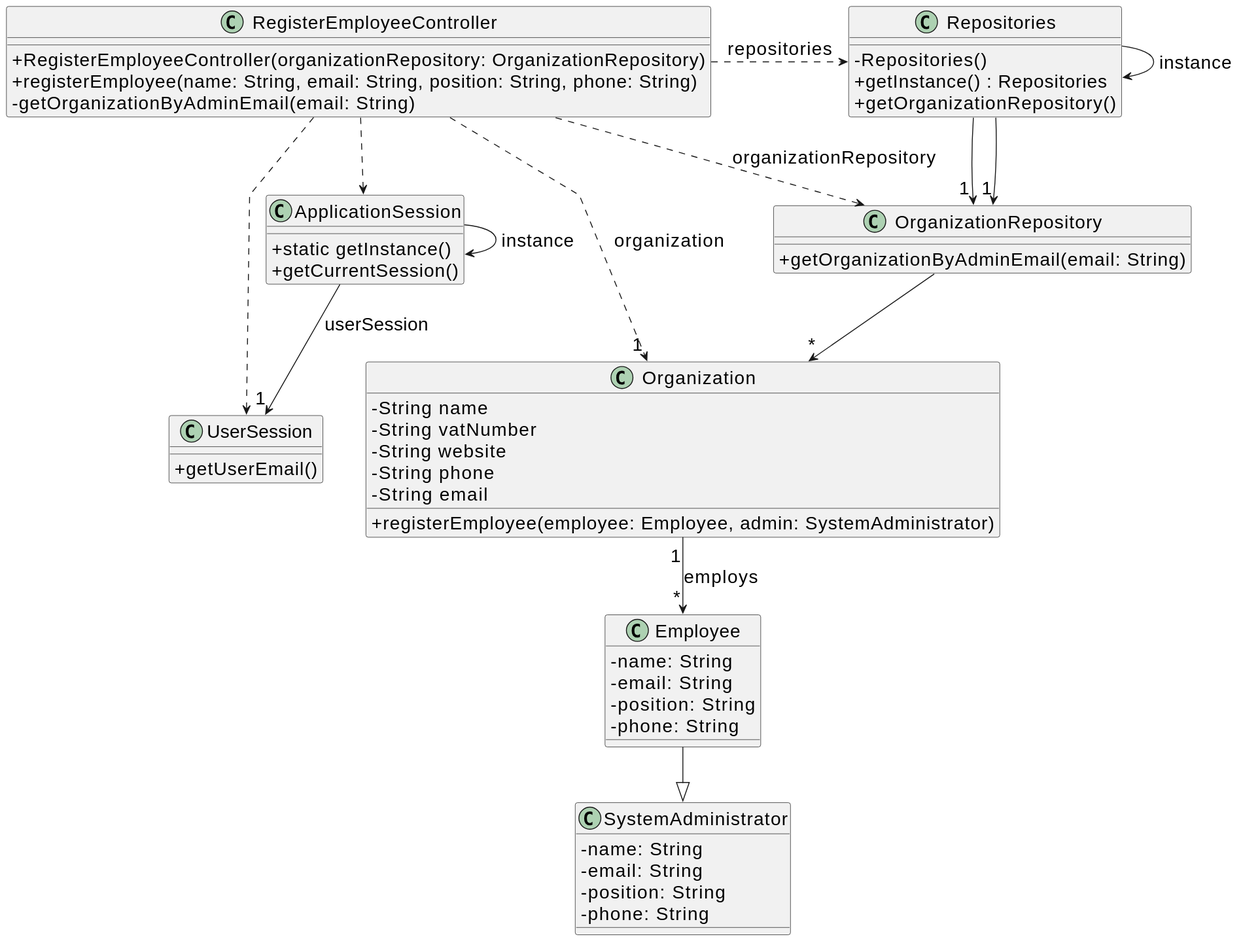
Goncalves2525/real-estate-management-system keeps this PlantUML diagram as docs/sprintB/us003/03.design/svg/us003-class-diagram.svg. Above is the earlier version.
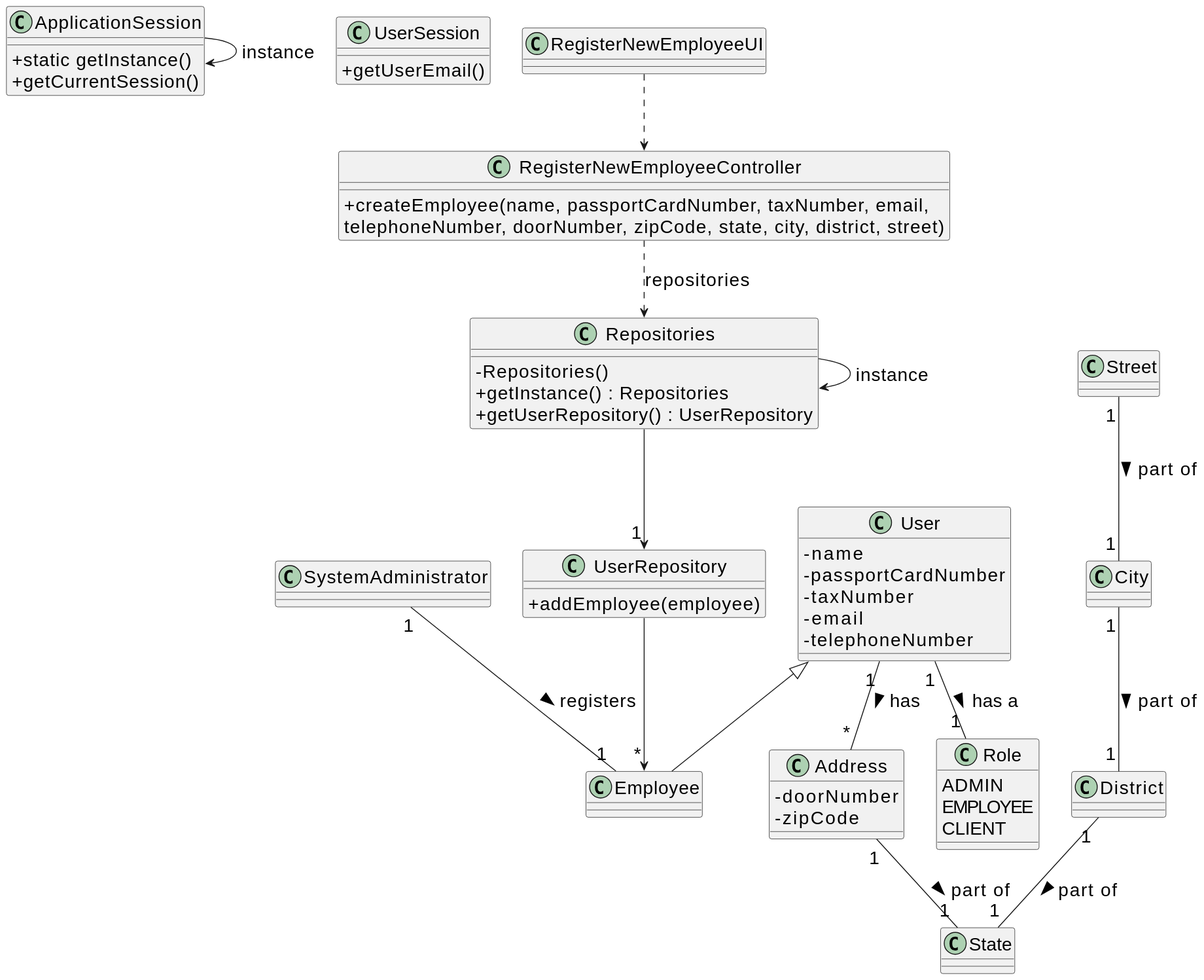
Above is the later version.

What changed in the source:
```diff
@@ -3,7 +3,6 @@
 skinparam packageStyle rectangle
 skinparam shadowing false
 skinparam linetype polyline
-
 skinparam classAttributeIconSize 0
 
 class ApplicationSession {
@@ -15,63 +14,76 @@
     + getUserEmail()
 }
 
-class SystemAdministrator {
-    - name: String
-    - email: String
-    - position: String
-    - phone: String
+class RegisterNewEmployeeController {
+    + createEmployee(name, passportCardNumber, taxNumber, email, \ntelephoneNumber, doorNumber, zipCode, state, city, district, street)
 }
 
-class Employee {
-    - name: String
-    - email: String
-    - position: String
-    - phone: String
-}
-
-class Organization {
-    - String name
-    - String vatNumber
-    - String website
-    - String phone
-    - String email
-
-    + registerEmployee(employee: Employee, admin: SystemAdministrator)
-}
-
-class OrganizationRepository {
-    + getOrganizationByAdminEmail(email: String)
+class UserRepository {
+    + addEmployee(employee)
 }
 
 class Repositories {
     - Repositories()
     + getInstance() : Repositories
-    + getOrganizationRepository()
+    + getUserRepository() : UserRepository
 }
 
-class RegisterEmployeeController {
-    + RegisterEmployeeController(organizationRepository: OrganizationRepository)
-    + registerEmployee(name: String, email: String, position: String, phone: String)
-    - getOrganizationByAdminEmail(email: String)
+ApplicationSession -down-> ApplicationSession : instance
+Repositories -down-> Repositories : instance
+
+class RegisterNewEmployeeUI {
 }
 
-Repositories -> Repositories : instance
-ApplicationSession -> ApplicationSession : instance
+RegisterNewEmployeeUI ..> RegisterNewEmployeeController
 
-RegisterEmployeeController .> Repositories : repositories
+RegisterNewEmployeeController ..> Repositories : repositories
 
-Repositories --> "1" OrganizationRepository
+Repositories --> "1" UserRepository
 
-RegisterEmployeeController ..> OrganizationRepository : organizationRepository
+UserRepository --> "*" Employee
 
-Repositories --> "1" OrganizationRepository
+class SystemAdministrator {
+}
 
-OrganizationRepository --> "*" Organization
-ApplicationSession --> "1" UserSession : userSession
+class User {
+    - name
+    - passportCardNumber
+    - taxNumber
+    - email
+    - telephoneNumber
+}
 
-RegisterEmployeeController ..> "1" Organization : organization
-RegisterEmployeeController ..> ApplicationSession
-RegisterEmployeeController ..> UserSession
-Organization "1" --> "*" Employee : employs
-Employee --|> SystemAdministrator
+class Employee extends User {
+}
+
+class Address {
+    - doorNumber
+    - zipCode
+}
+
+class Street {
+}
+
+class City {
+}
+
+class District {
+}
+
+class State {
+}
+
+class Role {
+    ADMIN
+    EMPLOYEE
+    CLIENT
+}
+
+SystemAdministrator "1" -- "1" Employee: registers >
+User "1" -- "*" Address: has >
+User "1" -- "1" Role: has a >
+Address "1" -- "1" State: part of >
+Street "1" -- "1" City: part of >
+City "1" -- "1" District: part of >
+District "1" -- "1" State: part of >
 @enduml
```
